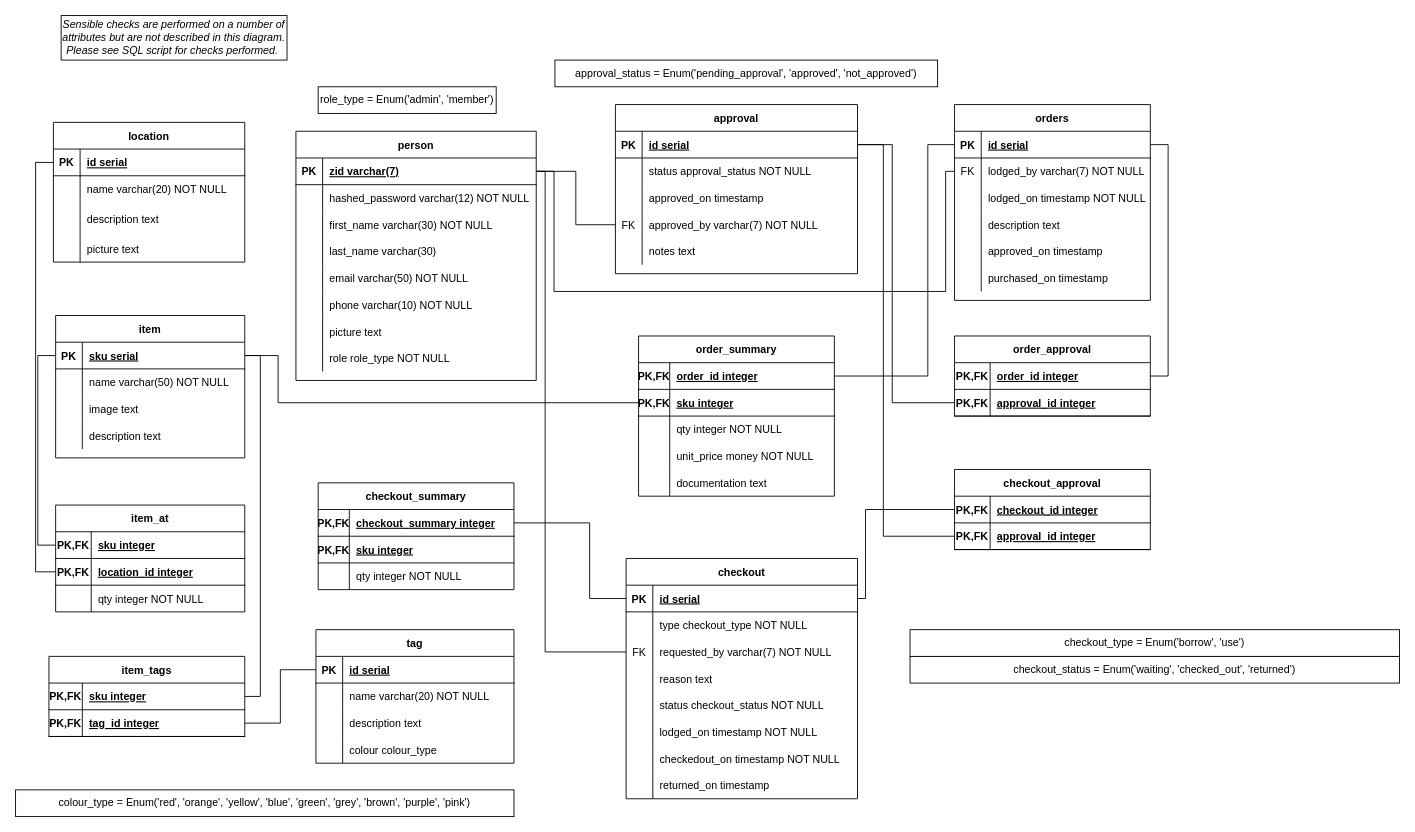
Earlier version of the draw.io diagram backend/database/RelationalModelv5.drawio (CreateUNSW/OWRxCREATE-Database-Venture). Source tidied: cells renumbered, new cells numbered last; positions are measured from the earlier drawing's top-left corner, leaving out a move shared by most shapes. Both pictures are drawn from the tidied source at 89%, with x=0, y=0 at pixel (15, 15).
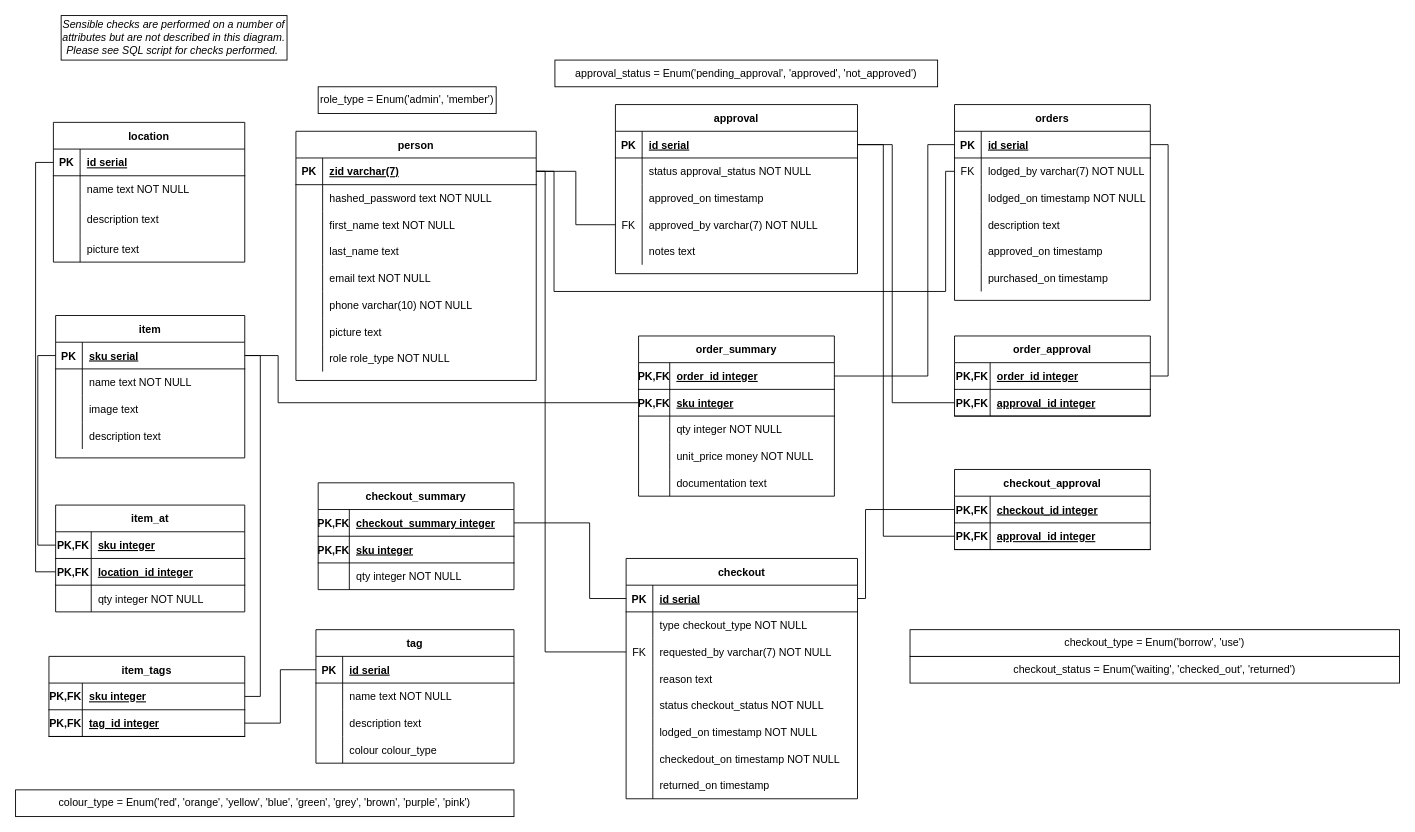
Above is the later version.

Commit message (it also covers changes not shown here):
changed a few unnecessary varchar to text (Kyu-Sang's advice)

The change refers to these unchanged cells:
```xml
<mxCell id="6" style="shape=partialRectangle;fillColor=none;top=0;left=0;bottom=0;right=0;" parent="2" vertex="1">
  <mxGeometry y="60" width="270" height="30" as="geometry" />
</mxCell>
<mxCell id="9" style="shape=partialRectangle;fillColor=none;top=0;left=0;bottom=0;right=0;" parent="2" vertex="1">
  <mxGeometry y="90" width="270" height="30" as="geometry" />
</mxCell>
<mxCell id="12" style="shape=partialRectangle;fillColor=none;top=0;left=0;bottom=0;right=0;" parent="2" vertex="1">
  <mxGeometry y="120" width="270" height="30" as="geometry" />
</mxCell>
<mxCell id="15" style="shape=partialRectangle;fillColor=none;top=0;left=0;bottom=0;right=0;" parent="2" vertex="1">
  <mxGeometry y="150" width="270" height="30" as="geometry" />
</mxCell>
<mxCell id="31" style="shape=partialRectangle;fillColor=none;top=0;left=0;bottom=0;right=0;" parent="27" vertex="1">
  <mxGeometry y="60" width="212.5" height="30" as="geometry" />
</mxCell>
<mxCell id="106" style="shape=partialRectangle;fillColor=none;top=0;left=0;bottom=0;right=0;" parent="102" vertex="1">
  <mxGeometry y="60" width="222.5" height="30" as="geometry" />
</mxCell>
<mxCell id="134" style="shape=partialRectangle;fillColor=none;top=0;left=0;bottom=0;right=0;" parent="130" vertex="1">
  <mxGeometry y="60" width="215" height="30" as="geometry" />
</mxCell>
```

What changed in the source:
```diff
@@
-    <mxCell id="8" value="hashed_password varchar(12) NOT NULL" style="shape=partialRectangle;fillColor=none;top=0;left=0;bottom=0;right=0;align=left;spacingLeft=6;overflow=hidden;" parent="6" vertex="1">
+    <mxCell id="8" value="hashed_password text NOT NULL" style="shape=partialRectangle;fillColor=none;top=0;left=0;bottom=0;right=0;align=left;spacingLeft=6;overflow=hidden;" parent="6" vertex="1">
       <mxGeometry x="30" width="240" height="30" as="geometry" />
     </mxCell>
@@
-    <mxCell id="11" value="first_name varchar(30) NOT NULL" style="shape=partialRectangle;fillColor=none;top=0;left=0;bottom=0;right=0;align=left;spacingLeft=6;overflow=hidden;" parent="9" vertex="1">
+    <mxCell id="11" value="first_name text NOT NULL" style="shape=partialRectangle;fillColor=none;top=0;left=0;bottom=0;right=0;align=left;spacingLeft=6;overflow=hidden;" parent="9" vertex="1">
       <mxGeometry x="30" width="240" height="30" as="geometry" />
     </mxCell>
@@
-    <mxCell id="14" value="last_name varchar(30)" style="shape=partialRectangle;fillColor=none;top=0;left=0;bottom=0;right=0;align=left;spacingLeft=6;overflow=hidden;" parent="12" vertex="1">
+    <mxCell id="14" value="last_name text" style="shape=partialRectangle;fillColor=none;top=0;left=0;bottom=0;right=0;align=left;spacingLeft=6;overflow=hidden;" parent="12" vertex="1">
       <mxGeometry x="30" width="240" height="30" as="geometry" />
     </mxCell>
@@
-    <mxCell id="17" value="email varchar(50) NOT NULL" style="shape=partialRectangle;fillColor=none;top=0;left=0;bottom=0;right=0;align=left;spacingLeft=6;overflow=hidden;" parent="15" vertex="1">
+    <mxCell id="17" value="email text NOT NULL" style="shape=partialRectangle;fillColor=none;top=0;left=0;bottom=0;right=0;align=left;spacingLeft=6;overflow=hidden;" parent="15" vertex="1">
       <mxGeometry x="30" width="240" height="30" as="geometry" />
     </mxCell>
@@
-    <mxCell id="33" value="name varchar(50) NOT NULL" style="shape=partialRectangle;fillColor=none;top=0;left=0;bottom=0;right=0;align=left;spacingLeft=6;overflow=hidden;" parent="31" vertex="1">
+    <mxCell id="33" value="name text NOT NULL" style="shape=partialRectangle;fillColor=none;top=0;left=0;bottom=0;right=0;align=left;spacingLeft=6;overflow=hidden;" parent="31" vertex="1">
       <mxGeometry x="30" width="182.5" height="30" as="geometry" />
     </mxCell>
@@
-    <mxCell id="108" value="name varchar(20) NOT NULL" style="shape=partialRectangle;fillColor=none;top=0;left=0;bottom=0;right=0;align=left;spacingLeft=6;overflow=hidden;" parent="106" vertex="1">
+    <mxCell id="108" value="name text NOT NULL" style="shape=partialRectangle;fillColor=none;top=0;left=0;bottom=0;right=0;align=left;spacingLeft=6;overflow=hidden;" parent="106" vertex="1">
       <mxGeometry x="30" width="192.5" height="30" as="geometry" />
     </mxCell>
@@
-    <mxCell id="136" value="name varchar(20) NOT NULL" style="shape=partialRectangle;fillColor=none;top=0;left=0;bottom=0;right=0;align=left;spacingLeft=6;overflow=hidden;" parent="134" vertex="1">
+    <mxCell id="136" value="name text NOT NULL" style="shape=partialRectangle;fillColor=none;top=0;left=0;bottom=0;right=0;align=left;spacingLeft=6;overflow=hidden;" parent="134" vertex="1">
       <mxGeometry x="30" width="185" height="30" as="geometry" />
     </mxCell>
```
